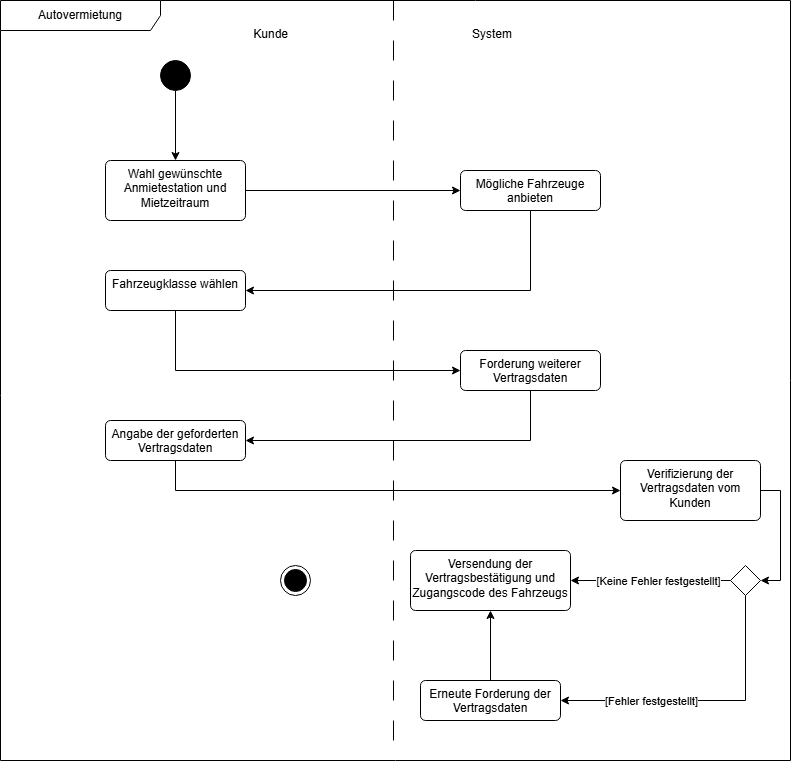
This is Autovermietung.drawio.png from Zynd4x/Draw.io-, a draw.io export, as it was before one commit. Source tidied: cells renumbered, new cells last; positions are measured from the earlier drawing's top-left corner, leaving out a move shared by most shapes. Its diagram source:
```xml
<mxGraphModel>
  <root>
    <mxCell id="0" />
    <mxCell id="1" parent="0" />
    <mxCell id="2" value="Autovermietung" style="shape=umlFrame;whiteSpace=wrap;html=1;width=160;" parent="1" vertex="1">
      <mxGeometry width="790" height="760" as="geometry" />
    </mxCell>
    <mxCell id="3" style="edgeStyle=orthogonalEdgeStyle;rounded=0;jettySize=auto;html=1;" parent="2" edge="1" source="4" target="9">
      <mxGeometry relative="1" as="geometry" />
    </mxCell>
    <mxCell id="4" style="ellipse;fillColor=strokeColor;html=1;" parent="2" vertex="1">
      <mxGeometry x="160" y="60" width="30" height="30" as="geometry" />
    </mxCell>
    <mxCell id="5" style="line;strokeWidth=1;direction=south;html=1;dashed=1;dashPattern=20 20;" parent="2" vertex="1">
      <mxGeometry x="388" width="10" height="760" as="geometry" />
    </mxCell>
    <mxCell id="6" value="Kunde" style="text;align=right;" parent="2" vertex="1">
      <mxGeometry x="230" y="20" width="60" height="20" as="geometry" />
    </mxCell>
    <mxCell id="7" value="System" style="text;align=left;" parent="2" vertex="1">
      <mxGeometry x="470" y="20" width="60" height="20" as="geometry" />
    </mxCell>
    <mxCell id="8" style="edgeStyle=orthogonalEdgeStyle;rounded=0;jettySize=auto;html=1;exitX=1;exitY=0.5;exitDx=0;exitDy=0;" parent="2" edge="1" source="9" target="11">
      <mxGeometry relative="1" as="geometry" />
    </mxCell>
    <mxCell id="9" value="Wahl gewünschte Anmietestation und Mietzeitraum" style="html=1;align=center;verticalAlign=top;rounded=1;absoluteArcSize=1;arcSize=10;dashed=0;whiteSpace=wrap;" parent="2" vertex="1">
      <mxGeometry x="105" y="160" width="140" height="60" as="geometry" />
    </mxCell>
    <mxCell id="10" style="edgeStyle=orthogonalEdgeStyle;rounded=0;jettySize=auto;html=1;exitX=0.5;exitY=1;exitDx=0;exitDy=0;entryX=1;entryY=0.5;entryDx=0;entryDy=0;" parent="2" edge="1" source="11" target="13">
      <mxGeometry relative="1" as="geometry" />
    </mxCell>
    <mxCell id="11" value="Mögliche Fahrzeuge anbieten" style="html=1;align=center;verticalAlign=top;rounded=1;absoluteArcSize=1;arcSize=10;dashed=0;whiteSpace=wrap;" parent="2" vertex="1">
      <mxGeometry x="460" y="170" width="140" height="40" as="geometry" />
    </mxCell>
    <mxCell id="12" style="edgeStyle=orthogonalEdgeStyle;rounded=0;jettySize=auto;html=1;exitX=0.5;exitY=1;exitDx=0;exitDy=0;entryX=0;entryY=0.5;entryDx=0;entryDy=0;" parent="2" edge="1" source="13" target="15">
      <mxGeometry relative="1" as="geometry" />
    </mxCell>
    <mxCell id="13" value="Fahrzeugklasse wählen" style="html=1;align=center;verticalAlign=top;rounded=1;absoluteArcSize=1;arcSize=10;dashed=0;whiteSpace=wrap;" parent="2" vertex="1">
      <mxGeometry x="105" y="270" width="140" height="40" as="geometry" />
    </mxCell>
    <mxCell id="14" style="edgeStyle=orthogonalEdgeStyle;rounded=0;jettySize=auto;html=1;exitX=0.5;exitY=1;exitDx=0;exitDy=0;entryX=1;entryY=0.5;entryDx=0;entryDy=0;" parent="2" edge="1" source="15" target="17">
      <mxGeometry relative="1" as="geometry" />
    </mxCell>
    <mxCell id="15" value="Forderung weiterer Vertragsdaten" style="html=1;align=center;verticalAlign=top;rounded=1;absoluteArcSize=1;arcSize=10;dashed=0;whiteSpace=wrap;" parent="2" vertex="1">
      <mxGeometry x="460" y="350" width="140" height="40" as="geometry" />
    </mxCell>
    <mxCell id="16" style="edgeStyle=orthogonalEdgeStyle;rounded=0;jettySize=auto;html=1;exitX=0.5;exitY=1;exitDx=0;exitDy=0;entryX=0;entryY=0.5;entryDx=0;entryDy=0;" parent="2" edge="1" source="17" target="19">
      <mxGeometry relative="1" as="geometry" />
    </mxCell>
    <mxCell id="17" value="Angabe der geforderten Vertragsdaten" style="html=1;align=center;verticalAlign=top;rounded=1;absoluteArcSize=1;arcSize=10;dashed=0;whiteSpace=wrap;" parent="2" vertex="1">
      <mxGeometry x="105" y="420" width="140" height="40" as="geometry" />
    </mxCell>
    <mxCell id="18" style="edgeStyle=orthogonalEdgeStyle;rounded=0;jettySize=auto;html=1;exitX=1;exitY=0.5;exitDx=0;exitDy=0;entryX=1;entryY=0.5;entryDx=0;entryDy=0;" parent="2" edge="1" source="19" target="25">
      <mxGeometry relative="1" as="geometry" />
    </mxCell>
    <mxCell id="19" value="Verifizierung der Vertragsdaten vom Kunden" style="html=1;align=center;verticalAlign=top;rounded=1;absoluteArcSize=1;arcSize=10;dashed=0;whiteSpace=wrap;" parent="2" vertex="1">
      <mxGeometry x="620" y="460" width="140" height="60" as="geometry" />
    </mxCell>
    <mxCell id="20" value="Versendung der Vertragsbestätigung und Zugangscode des Fahrzeugs" style="html=1;align=center;verticalAlign=top;rounded=1;absoluteArcSize=1;arcSize=10;dashed=0;whiteSpace=wrap;" parent="2" vertex="1">
      <mxGeometry x="410" y="550" width="160" height="60" as="geometry" />
    </mxCell>
    <mxCell id="21" style="edgeStyle=orthogonalEdgeStyle;rounded=0;jettySize=auto;html=1;exitX=0;exitY=0.5;exitDx=0;exitDy=0;entryX=1;entryY=0.5;entryDx=0;entryDy=0;" parent="2" edge="1" source="25" target="20">
      <mxGeometry relative="1" as="geometry" />
    </mxCell>
    <mxCell id="22" value="[Keine Fehler&amp;nbsp;&lt;span style=&quot;background-color: light-dark(#ffffff, var(--ge-dark-color, #121212)); color: light-dark(rgb(0, 0, 0), rgb(255, 255, 255));&quot;&gt;festgestellt]&lt;/span&gt;" style="edgeLabel;html=1;align=center;verticalAlign=middle;" parent="21" vertex="1">
      <mxGeometry x="-0.08" relative="1" as="geometry" />
    </mxCell>
    <mxCell id="23" style="edgeStyle=orthogonalEdgeStyle;rounded=0;jettySize=auto;html=1;exitX=0.5;exitY=1;exitDx=0;exitDy=0;entryX=1;entryY=0.5;entryDx=0;entryDy=0;" parent="2" edge="1" source="25" target="27">
      <mxGeometry relative="1" as="geometry" />
    </mxCell>
    <mxCell id="24" value="[Fehler festgestellt]" style="edgeLabel;html=1;align=center;verticalAlign=middle;" parent="23" vertex="1">
      <mxGeometry x="0.3" y="3" relative="1" as="geometry">
        <mxPoint x="-11" y="-3" as="offset" />
      </mxGeometry>
    </mxCell>
    <mxCell id="25" style="rhombus;" parent="2" vertex="1">
      <mxGeometry x="730" y="565" width="30" height="30" as="geometry" />
    </mxCell>
    <mxCell id="26" style="edgeStyle=orthogonalEdgeStyle;rounded=0;jettySize=auto;html=1;exitX=0.5;exitY=0;exitDx=0;exitDy=0;entryX=0.5;entryY=1;entryDx=0;entryDy=0;" parent="2" edge="1" source="27" target="20">
      <mxGeometry relative="1" as="geometry" />
    </mxCell>
    <mxCell id="27" value="Erneute Forderung der Vertragsdaten" style="html=1;align=center;verticalAlign=top;rounded=1;absoluteArcSize=1;arcSize=10;dashed=0;whiteSpace=wrap;" parent="2" vertex="1">
      <mxGeometry x="420" y="680" width="140" height="40" as="geometry" />
    </mxCell>
    <mxCell id="28" style="ellipse;html=1;shape=endState;fillColor=strokeColor;" parent="2" vertex="1">
      <mxGeometry x="280" y="565" width="30" height="30" as="geometry" />
    </mxCell>
  </root>
</mxGraphModel>
```
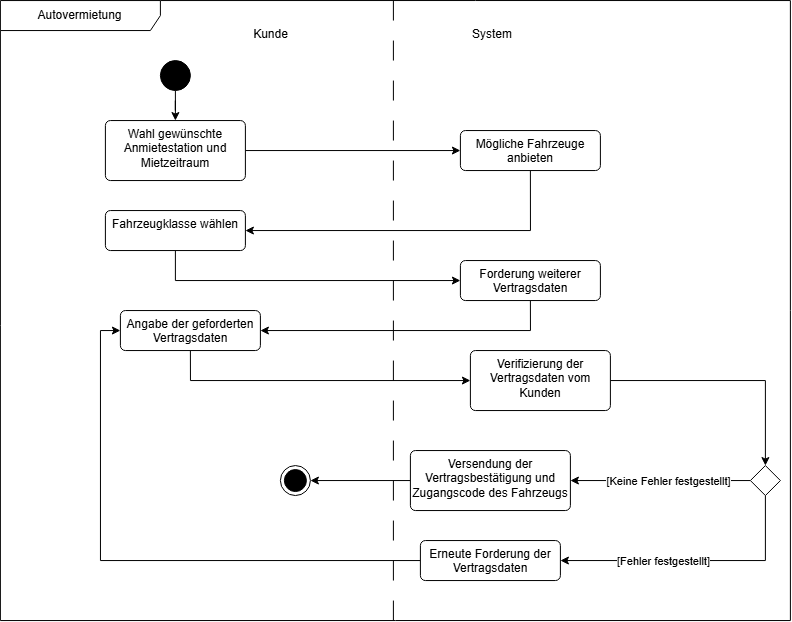
The same file after the commit.

Diff of the diagram source:
```diff
@@ -3,7 +3,7 @@
     <mxCell id="0" />
     <mxCell id="1" parent="0" />
     <mxCell id="2" value="Autovermietung" style="shape=umlFrame;whiteSpace=wrap;html=1;width=160;" parent="1" vertex="1">
-      <mxGeometry width="790" height="760" as="geometry" />
+      <mxGeometry width="790" height="620" as="geometry" />
     </mxCell>
     <mxCell id="3" style="edgeStyle=orthogonalEdgeStyle;rounded=0;jettySize=auto;html=1;" parent="2" edge="1" source="4" target="9">
       <mxGeometry relative="1" as="geometry" />
@@ -12,7 +12,7 @@
       <mxGeometry x="160" y="60" width="30" height="30" as="geometry" />
     </mxCell>
     <mxCell id="5" style="line;strokeWidth=1;direction=south;html=1;dashed=1;dashPattern=20 20;" parent="2" vertex="1">
-      <mxGeometry x="388" width="10" height="760" as="geometry" />
+      <mxGeometry x="388" width="10" height="620" as="geometry" />
     </mxCell>
     <mxCell id="6" value="Kunde" style="text;align=right;" parent="2" vertex="1">
       <mxGeometry x="230" y="20" width="60" height="20" as="geometry" />
@@ -24,40 +24,43 @@
       <mxGeometry relative="1" as="geometry" />
     </mxCell>
     <mxCell id="9" value="Wahl gewünschte Anmietestation und Mietzeitraum" style="html=1;align=center;verticalAlign=top;rounded=1;absoluteArcSize=1;arcSize=10;dashed=0;whiteSpace=wrap;" parent="2" vertex="1">
-      <mxGeometry x="105" y="160" width="140" height="60" as="geometry" />
+      <mxGeometry x="105" y="120" width="140" height="60" as="geometry" />
     </mxCell>
     <mxCell id="10" style="edgeStyle=orthogonalEdgeStyle;rounded=0;jettySize=auto;html=1;exitX=0.5;exitY=1;exitDx=0;exitDy=0;entryX=1;entryY=0.5;entryDx=0;entryDy=0;" parent="2" edge="1" source="11" target="13">
       <mxGeometry relative="1" as="geometry" />
     </mxCell>
     <mxCell id="11" value="Mögliche Fahrzeuge anbieten" style="html=1;align=center;verticalAlign=top;rounded=1;absoluteArcSize=1;arcSize=10;dashed=0;whiteSpace=wrap;" parent="2" vertex="1">
-      <mxGeometry x="460" y="170" width="140" height="40" as="geometry" />
+      <mxGeometry x="460" y="130" width="140" height="40" as="geometry" />
     </mxCell>
     <mxCell id="12" style="edgeStyle=orthogonalEdgeStyle;rounded=0;jettySize=auto;html=1;exitX=0.5;exitY=1;exitDx=0;exitDy=0;entryX=0;entryY=0.5;entryDx=0;entryDy=0;" parent="2" edge="1" source="13" target="15">
       <mxGeometry relative="1" as="geometry" />
     </mxCell>
     <mxCell id="13" value="Fahrzeugklasse wählen" style="html=1;align=center;verticalAlign=top;rounded=1;absoluteArcSize=1;arcSize=10;dashed=0;whiteSpace=wrap;" parent="2" vertex="1">
-      <mxGeometry x="105" y="270" width="140" height="40" as="geometry" />
+      <mxGeometry x="105" y="210" width="140" height="40" as="geometry" />
     </mxCell>
     <mxCell id="14" style="edgeStyle=orthogonalEdgeStyle;rounded=0;jettySize=auto;html=1;exitX=0.5;exitY=1;exitDx=0;exitDy=0;entryX=1;entryY=0.5;entryDx=0;entryDy=0;" parent="2" edge="1" source="15" target="17">
       <mxGeometry relative="1" as="geometry" />
     </mxCell>
     <mxCell id="15" value="Forderung weiterer Vertragsdaten" style="html=1;align=center;verticalAlign=top;rounded=1;absoluteArcSize=1;arcSize=10;dashed=0;whiteSpace=wrap;" parent="2" vertex="1">
-      <mxGeometry x="460" y="350" width="140" height="40" as="geometry" />
+      <mxGeometry x="460" y="260" width="140" height="40" as="geometry" />
     </mxCell>
     <mxCell id="16" style="edgeStyle=orthogonalEdgeStyle;rounded=0;jettySize=auto;html=1;exitX=0.5;exitY=1;exitDx=0;exitDy=0;entryX=0;entryY=0.5;entryDx=0;entryDy=0;" parent="2" edge="1" source="17" target="19">
       <mxGeometry relative="1" as="geometry" />
     </mxCell>
     <mxCell id="17" value="Angabe der geforderten Vertragsdaten" style="html=1;align=center;verticalAlign=top;rounded=1;absoluteArcSize=1;arcSize=10;dashed=0;whiteSpace=wrap;" parent="2" vertex="1">
-      <mxGeometry x="105" y="420" width="140" height="40" as="geometry" />
+      <mxGeometry x="120" y="310" width="140" height="40" as="geometry" />
     </mxCell>
-    <mxCell id="18" style="edgeStyle=orthogonalEdgeStyle;rounded=0;jettySize=auto;html=1;exitX=1;exitY=0.5;exitDx=0;exitDy=0;entryX=1;entryY=0.5;entryDx=0;entryDy=0;" parent="2" edge="1" source="19" target="25">
+    <mxCell id="18" style="edgeStyle=orthogonalEdgeStyle;rounded=0;jettySize=auto;html=1;exitX=1;exitY=0.5;exitDx=0;exitDy=0;entryX=0.5;entryY=0;entryDx=0;entryDy=0;" parent="2" edge="1" source="19" target="25">
       <mxGeometry relative="1" as="geometry" />
     </mxCell>
     <mxCell id="19" value="Verifizierung der Vertragsdaten vom Kunden" style="html=1;align=center;verticalAlign=top;rounded=1;absoluteArcSize=1;arcSize=10;dashed=0;whiteSpace=wrap;" parent="2" vertex="1">
-      <mxGeometry x="620" y="460" width="140" height="60" as="geometry" />
+      <mxGeometry x="470" y="350" width="140" height="60" as="geometry" />
     </mxCell>
+    <mxCell id="29" style="edgeStyle=orthogonalEdgeStyle;rounded=0;jettySize=auto;html=1;exitX=0;exitY=0.5;exitDx=0;exitDy=0;entryX=1;entryY=0.5;entryDx=0;entryDy=0;" parent="2" edge="1" source="20" target="28">
+      <mxGeometry relative="1" as="geometry" />
+    </mxCell>
     <mxCell id="20" value="Versendung der Vertragsbestätigung und Zugangscode des Fahrzeugs" style="html=1;align=center;verticalAlign=top;rounded=1;absoluteArcSize=1;arcSize=10;dashed=0;whiteSpace=wrap;" parent="2" vertex="1">
-      <mxGeometry x="410" y="550" width="160" height="60" as="geometry" />
+      <mxGeometry x="410" y="450" width="160" height="60" as="geometry" />
     </mxCell>
     <mxCell id="21" style="edgeStyle=orthogonalEdgeStyle;rounded=0;jettySize=auto;html=1;exitX=0;exitY=0.5;exitDx=0;exitDy=0;entryX=1;entryY=0.5;entryDx=0;entryDy=0;" parent="2" edge="1" source="25" target="20">
       <mxGeometry relative="1" as="geometry" />
@@ -70,20 +73,20 @@
     </mxCell>
     <mxCell id="24" value="[Fehler festgestellt]" style="edgeLabel;html=1;align=center;verticalAlign=middle;" parent="23" vertex="1">
       <mxGeometry x="0.3" y="3" relative="1" as="geometry">
-        <mxPoint x="-11" y="-3" as="offset" />
+        <mxPoint x="9" y="-3" as="offset" />
       </mxGeometry>
     </mxCell>
     <mxCell id="25" style="rhombus;" parent="2" vertex="1">
-      <mxGeometry x="730" y="565" width="30" height="30" as="geometry" />
+      <mxGeometry x="750" y="465" width="30" height="30" as="geometry" />
     </mxCell>
-    <mxCell id="26" style="edgeStyle=orthogonalEdgeStyle;rounded=0;jettySize=auto;html=1;exitX=0.5;exitY=0;exitDx=0;exitDy=0;entryX=0.5;entryY=1;entryDx=0;entryDy=0;" parent="2" edge="1" source="27" target="20">
-      <mxGeometry relative="1" as="geometry" />
-    </mxCell>
+    <mxCell id="30" style="edgeStyle=orthogonalEdgeStyle;rounded=0;jettySize=auto;html=1;exitX=0;exitY=0.5;exitDx=0;exitDy=0;entryX=0;entryY=0.5;entryDx=0;entryDy=0;" parent="2" edge="1" source="27" target="17">
+      <mxGeometry relative="1" as="geometry" />
+    </mxCell>
     <mxCell id="27" value="Erneute Forderung der Vertragsdaten" style="html=1;align=center;verticalAlign=top;rounded=1;absoluteArcSize=1;arcSize=10;dashed=0;whiteSpace=wrap;" parent="2" vertex="1">
-      <mxGeometry x="420" y="680" width="140" height="40" as="geometry" />
+      <mxGeometry x="420" y="540" width="140" height="40" as="geometry" />
     </mxCell>
     <mxCell id="28" style="ellipse;html=1;shape=endState;fillColor=strokeColor;" parent="2" vertex="1">
-      <mxGeometry x="280" y="565" width="30" height="30" as="geometry" />
+      <mxGeometry x="280" y="465" width="30" height="30" as="geometry" />
     </mxCell>
   </root>
 </mxGraphModel>
```
